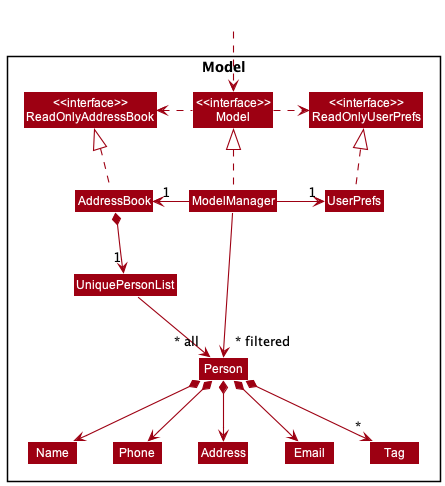
This is docs/images/ModelClassDiagram.png from nus-cs2103-AY2223S2/tp, a PlantUML export, as it was before one commit.
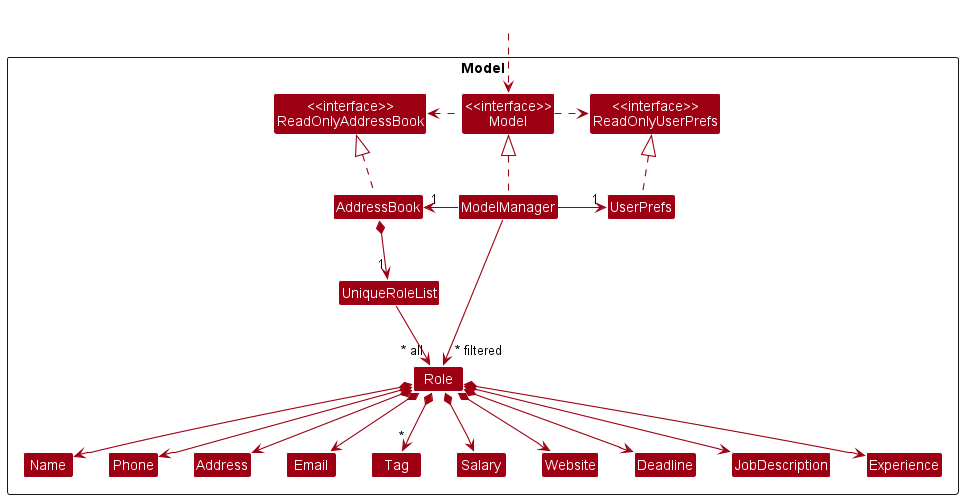
The same diagram one commit later.

Commit message:
Edit DG Model component

Diff of the diagram source:
```diff
@@ -12,14 +12,19 @@
 Class ModelManager
 Class UserPrefs
 
-Class UniquePersonList
-Class Person
+Class UniqueRoleList
+Class Role
 Class Address
 Class Email
 Class Name
 Class Phone
 Class Tag
 
+Class Salary
+Class Website
+Class Deadline
+Class JobDescription
+Class Experience
 }
 
 Class HiddenOutside #FFFFFF
@@ -34,17 +39,22 @@
 ModelManager -right-> "1" UserPrefs
 UserPrefs .up.|> ReadOnlyUserPrefs
 
-AddressBook *--> "1" UniquePersonList
-UniquePersonList --> "~* all" Person
-Person *--> Name
-Person *--> Phone
-Person *--> Email
-Person *--> Address
-Person *--> "*" Tag
+AddressBook *--> "1" UniqueRoleList
+UniqueRoleList --> "~* all" Role
+Role *--> Name
+Role *--> Phone
+Role *--> Email
+Role *--> Address
+Role *--> "*" Tag
+Role *--> Salary
+Role *--> Website
+Role *--> Deadline
+Role *--> JobDescription
+Role *--> Experience
 
 Name -[hidden]right-> Phone
 Phone -[hidden]right-> Address
 Address -[hidden]right-> Email
 
-ModelManager -->"~* filtered" Person
+ModelManager -->"~* filtered" Role
 @enduml
```
